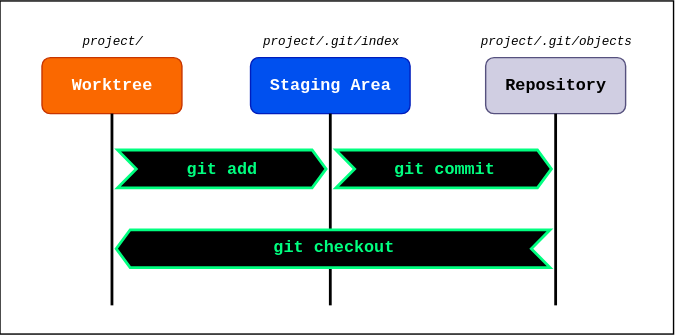
The draw.io diagram public/diagrams/git-three-trees.svg in datkumar/code-journal, before a commit. Source tidied: cells renumbered, new cells last; positions are measured from the earlier drawing's top-left corner, leaving out a move shared by most shapes. Its diagram source:
```xml
<mxGraphModel>
  <root>
    <mxCell id="0" />
    <mxCell id="1" parent="0" />
    <mxCell id="2" style="rounded=0;whiteSpace=wrap;html=1;fillColor=light-dark(#FFFFFF,#FFFFFF);fillStyle=solid;" parent="1" vertex="1">
      <mxGeometry y="0.5" width="481.2" height="238" as="geometry" />
    </mxCell>
    <mxCell id="3" value="&lt;font style=&quot;color: rgb(255, 255, 255);&quot;&gt;Worktree&lt;/font&gt;" style="rounded=1;whiteSpace=wrap;html=1;fillColor=light-dark(#FA6800,#FA6800);strokeColor=#C73500;fontColor=#000000;fontStyle=1;fontSize=12;fontFamily=monospace;" parent="1" vertex="1">
      <mxGeometry x="30" y="41" width="100" height="40" as="geometry" />
    </mxCell>
    <mxCell id="4" value="Staging Area" style="rounded=1;whiteSpace=wrap;html=1;fillColor=light-dark(#0050EF,#0050EF);strokeColor=#001DBC;fontColor=#ffffff;fontStyle=1;fontSize=12;fontFamily=monospace;" parent="1" vertex="1">
      <mxGeometry x="179" y="41" width="114" height="40" as="geometry" />
    </mxCell>
    <mxCell id="5" value="Repository" style="rounded=1;whiteSpace=wrap;html=1;fontStyle=1;fontSize=12;fillColor=light-dark(#D0CEE2,#D0CEE2);strokeColor=#56517e;fontFamily=monospace;" parent="1" vertex="1">
      <mxGeometry x="347" y="41" width="100" height="40" as="geometry" />
    </mxCell>
    <mxCell id="6" style="endArrow=none;html=1;rounded=0;entryX=0.5;entryY=1;entryDx=0;entryDy=0;fontSize=13;strokeWidth=2;" parent="1" edge="1" target="3">
      <mxGeometry relative="1" as="geometry">
        <mxPoint x="80" y="218" as="sourcePoint" />
      </mxGeometry>
    </mxCell>
    <mxCell id="7" style="endArrow=none;html=1;rounded=0;entryX=0.5;entryY=1;entryDx=0;entryDy=0;fontSize=13;strokeWidth=2;" parent="1" edge="1" target="4">
      <mxGeometry relative="1" as="geometry">
        <mxPoint x="236" y="218" as="sourcePoint" />
      </mxGeometry>
    </mxCell>
    <mxCell id="8" style="endArrow=none;html=1;rounded=0;entryX=0.5;entryY=1;entryDx=0;entryDy=0;fontSize=13;strokeWidth=2;" parent="1" edge="1" target="5">
      <mxGeometry relative="1" as="geometry">
        <mxPoint x="397" y="218" as="sourcePoint" />
      </mxGeometry>
    </mxCell>
    <mxCell id="9" value="project/" style="text;html=1;whiteSpace=wrap;strokeColor=none;fillColor=none;align=center;verticalAlign=middle;rounded=0;fontFamily=monospace;fontStyle=2;fontSize=9;" parent="1" vertex="1">
      <mxGeometry x="38.5" y="15" width="83" height="30" as="geometry" />
    </mxCell>
    <mxCell id="10" value="project/.git/index" style="text;html=1;whiteSpace=wrap;strokeColor=none;fillColor=none;align=center;verticalAlign=middle;rounded=0;fontFamily=monospace;fontStyle=2;fontSize=9;" parent="1" vertex="1">
      <mxGeometry x="169.5" y="15" width="133" height="30" as="geometry" />
    </mxCell>
    <mxCell id="11" value="project/.git/objects" style="text;html=1;whiteSpace=wrap;strokeColor=none;fillColor=none;align=center;verticalAlign=middle;rounded=0;fontFamily=monospace;fontStyle=2;fontSize=9;" parent="1" vertex="1">
      <mxGeometry x="325.8" y="15" width="142.5" height="30" as="geometry" />
    </mxCell>
    <mxCell id="12" value="git add" style="html=1;shadow=0;dashed=0;align=center;verticalAlign=middle;shape=mxgraph.arrows2.arrow;dy=0;dx=10;notch=13.39;fillColor=light-dark(#000000,#000000);fontColor=light-dark(#00FF80,#00FF80);strokeColor=light-dark(#00FF80,#00FF80);fontFamily=monospace;fontStyle=1;strokeWidth=2;" parent="1" vertex="1">
      <mxGeometry x="84" y="107" width="149" height="27" as="geometry" />
    </mxCell>
    <mxCell id="13" value="git commit" style="html=1;shadow=0;dashed=0;align=center;verticalAlign=middle;shape=mxgraph.arrows2.arrow;dy=0;dx=10;notch=13.39;fillColor=light-dark(#000000,#000000);fontColor=light-dark(#00FF80,#00FF80);strokeColor=light-dark(#00FF80,#00FF80);fontFamily=monospace;fontStyle=1;strokeWidth=2;" parent="1" vertex="1">
      <mxGeometry x="240" y="107" width="154" height="27" as="geometry" />
    </mxCell>
    <mxCell id="14" value="git checkout" style="html=1;shadow=0;dashed=0;align=center;verticalAlign=middle;shape=mxgraph.arrows2.arrow;dy=0;dx=10;notch=13.39;fillColor=light-dark(#000000,#000000);fontColor=light-dark(#00FF80,#00FF80);strokeColor=light-dark(#00FF80,#00FF80);fontFamily=monospace;fontStyle=1;strokeWidth=2;flipH=1;legacyAnchorPoints=0;" parent="1" vertex="1">
      <mxGeometry x="83" y="164" width="310" height="27" as="geometry" />
    </mxCell>
  </root>
</mxGraphModel>
```
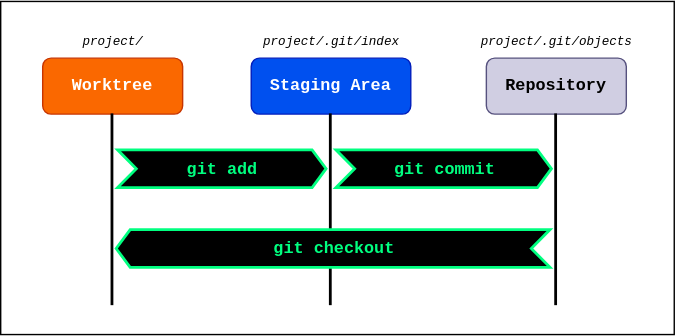
Later version of the same file.

What changed in the source:
```diff
@@ -2,40 +2,40 @@
   <root>
     <mxCell id="0" />
     <mxCell id="1" parent="0" />
-    <mxCell id="2" style="rounded=0;whiteSpace=wrap;html=1;fillColor=light-dark(#FFFFFF,#FFFFFF);fillStyle=solid;" parent="1" vertex="1">
+    <mxCell id="2" style="rounded=0;whiteSpace=wrap;html=1;fillColor=light-dark(#FFFFFF,#FFFFFF);fillStyle=solid;fontFamily=monospace;fontStyle=1;fontColor=light-dark(#000000,#000000);" parent="1" vertex="1">
       <mxGeometry y="0.5" width="481.2" height="238" as="geometry" />
     </mxCell>
-    <mxCell id="3" value="&lt;font style=&quot;color: rgb(255, 255, 255);&quot;&gt;Worktree&lt;/font&gt;" style="rounded=1;whiteSpace=wrap;html=1;fillColor=light-dark(#FA6800,#FA6800);strokeColor=#C73500;fontColor=#000000;fontStyle=1;fontSize=12;fontFamily=monospace;" parent="1" vertex="1">
+    <mxCell id="3" value="&lt;font style=&quot;&quot;&gt;Worktree&lt;/font&gt;" style="rounded=1;whiteSpace=wrap;html=1;fillColor=light-dark(#FA6800,#FA6800);strokeColor=#C73500;fontColor=light-dark(#FFFFFF,#000000);fontStyle=1;fontSize=12;fontFamily=monospace;" parent="1" vertex="1">
       <mxGeometry x="30" y="41" width="100" height="40" as="geometry" />
     </mxCell>
-    <mxCell id="4" value="Staging Area" style="rounded=1;whiteSpace=wrap;html=1;fillColor=light-dark(#0050EF,#0050EF);strokeColor=#001DBC;fontColor=#ffffff;fontStyle=1;fontSize=12;fontFamily=monospace;" parent="1" vertex="1">
+    <mxCell id="4" value="Staging Area" style="rounded=1;whiteSpace=wrap;html=1;fillColor=light-dark(#0050EF,#0050EF);strokeColor=#001DBC;fontColor=light-dark(#FFFFFF,#000000);fontStyle=1;fontSize=12;fontFamily=monospace;" parent="1" vertex="1">
       <mxGeometry x="179" y="41" width="114" height="40" as="geometry" />
     </mxCell>
-    <mxCell id="5" value="Repository" style="rounded=1;whiteSpace=wrap;html=1;fontStyle=1;fontSize=12;fillColor=light-dark(#D0CEE2,#D0CEE2);strokeColor=#56517e;fontFamily=monospace;" parent="1" vertex="1">
+    <mxCell id="5" value="Repository" style="rounded=1;whiteSpace=wrap;html=1;fontStyle=1;fontSize=12;fillColor=light-dark(#D0CEE2,#D0CEE2);strokeColor=#56517e;fontFamily=monospace;fontColor=light-dark(#000000,#000000);" parent="1" vertex="1">
       <mxGeometry x="347" y="41" width="100" height="40" as="geometry" />
     </mxCell>
-    <mxCell id="6" style="endArrow=none;html=1;rounded=0;entryX=0.5;entryY=1;entryDx=0;entryDy=0;fontSize=13;strokeWidth=2;" parent="1" edge="1" target="3">
+    <mxCell id="6" style="endArrow=none;html=1;rounded=0;entryX=0.5;entryY=1;entryDx=0;entryDy=0;fontSize=13;strokeWidth=2;fontFamily=monospace;fontColor=light-dark(#000000,#000000);" parent="1" edge="1" target="3">
       <mxGeometry relative="1" as="geometry">
         <mxPoint x="80" y="218" as="sourcePoint" />
       </mxGeometry>
     </mxCell>
-    <mxCell id="7" style="endArrow=none;html=1;rounded=0;entryX=0.5;entryY=1;entryDx=0;entryDy=0;fontSize=13;strokeWidth=2;" parent="1" edge="1" target="4">
+    <mxCell id="7" style="endArrow=none;html=1;rounded=0;entryX=0.5;entryY=1;entryDx=0;entryDy=0;fontSize=13;strokeWidth=2;fontFamily=monospace;fontColor=light-dark(#000000,#000000);" parent="1" edge="1" target="4">
       <mxGeometry relative="1" as="geometry">
         <mxPoint x="236" y="218" as="sourcePoint" />
       </mxGeometry>
     </mxCell>
-    <mxCell id="8" style="endArrow=none;html=1;rounded=0;entryX=0.5;entryY=1;entryDx=0;entryDy=0;fontSize=13;strokeWidth=2;" parent="1" edge="1" target="5">
+    <mxCell id="8" style="endArrow=none;html=1;rounded=0;entryX=0.5;entryY=1;entryDx=0;entryDy=0;fontSize=13;strokeWidth=2;fontFamily=monospace;fontColor=light-dark(#000000,#000000);" parent="1" edge="1" target="5">
       <mxGeometry relative="1" as="geometry">
         <mxPoint x="397" y="218" as="sourcePoint" />
       </mxGeometry>
     </mxCell>
-    <mxCell id="9" value="project/" style="text;html=1;whiteSpace=wrap;strokeColor=none;fillColor=none;align=center;verticalAlign=middle;rounded=0;fontFamily=monospace;fontStyle=2;fontSize=9;" parent="1" vertex="1">
+    <mxCell id="9" value="project/" style="text;html=1;whiteSpace=wrap;strokeColor=none;fillColor=none;align=center;verticalAlign=middle;rounded=0;fontFamily=monospace;fontStyle=2;fontSize=9;fontColor=light-dark(#000000,#000000);" parent="1" vertex="1">
       <mxGeometry x="38.5" y="15" width="83" height="30" as="geometry" />
     </mxCell>
-    <mxCell id="10" value="project/.git/index" style="text;html=1;whiteSpace=wrap;strokeColor=none;fillColor=none;align=center;verticalAlign=middle;rounded=0;fontFamily=monospace;fontStyle=2;fontSize=9;" parent="1" vertex="1">
+    <mxCell id="10" value="project/.git/index" style="text;html=1;whiteSpace=wrap;strokeColor=none;fillColor=none;align=center;verticalAlign=middle;rounded=0;fontFamily=monospace;fontStyle=2;fontSize=9;fontColor=light-dark(#000000,#000000);" parent="1" vertex="1">
       <mxGeometry x="169.5" y="15" width="133" height="30" as="geometry" />
     </mxCell>
-    <mxCell id="11" value="project/.git/objects" style="text;html=1;whiteSpace=wrap;strokeColor=none;fillColor=none;align=center;verticalAlign=middle;rounded=0;fontFamily=monospace;fontStyle=2;fontSize=9;" parent="1" vertex="1">
+    <mxCell id="11" value="project/.git/objects" style="text;html=1;whiteSpace=wrap;strokeColor=none;fillColor=none;align=center;verticalAlign=middle;rounded=0;fontFamily=monospace;fontStyle=2;fontSize=9;fontColor=light-dark(#000000,#000000);" parent="1" vertex="1">
       <mxGeometry x="325.8" y="15" width="142.5" height="30" as="geometry" />
     </mxCell>
     <mxCell id="12" value="git add" style="html=1;shadow=0;dashed=0;align=center;verticalAlign=middle;shape=mxgraph.arrows2.arrow;dy=0;dx=10;notch=13.39;fillColor=light-dark(#000000,#000000);fontColor=light-dark(#00FF80,#00FF80);strokeColor=light-dark(#00FF80,#00FF80);fontFamily=monospace;fontStyle=1;strokeWidth=2;" parent="1" vertex="1">
```
